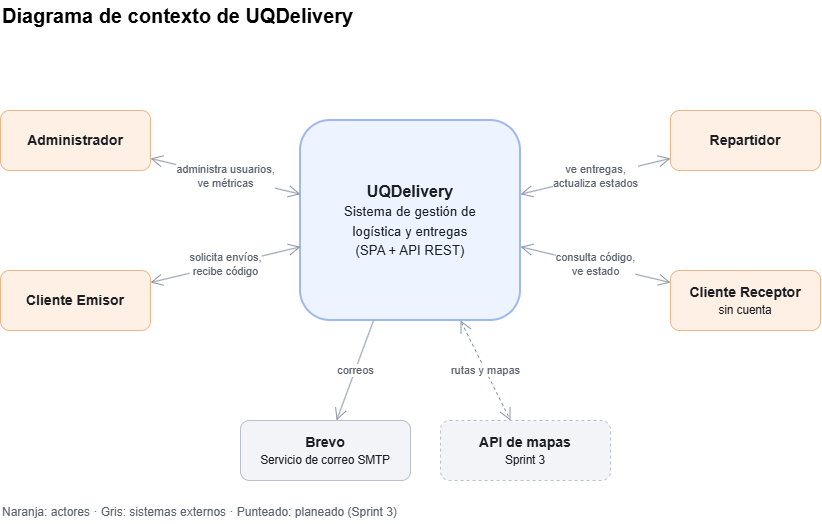
Above: docs/general/contexto/Diagrama de contexto.png in Joab-SC/UQDelivery (draw.io), before the change. Source tidied: cells renumbered, new cells last; positions are measured from the earlier drawing's top-left corner, leaving out a move shared by most shapes. The source it was exported from:
```xml
<mxGraphModel>
  <root>
    <mxCell id="0" />
    <mxCell id="1" parent="0" />
    <mxCell id="2" value="Diagrama de contexto de UQDelivery" style="text;html=1;fontSize=20;fontStyle=1;align=left;verticalAlign=middle;" parent="1" vertex="1">
      <mxGeometry width="600" height="30" as="geometry" />
    </mxCell>
    <mxCell id="3" value="&lt;b&gt;UQDelivery&lt;/b&gt;&lt;br&gt;&lt;small&gt;Sistema de gestión de&lt;br&gt;logística y entregas&lt;br&gt;(SPA + API REST)&lt;/small&gt;" style="rounded=1;whiteSpace=wrap;html=1;fontSize=16;fillColor=#EEF4FF;strokeColor=#9DB8F2;fontColor=#1B1F24;strokeWidth=2;" parent="1" vertex="1">
      <mxGeometry x="300" y="120" width="220" height="200" as="geometry" />
    </mxCell>
    <mxCell id="4" value="&lt;b&gt;Administrador&lt;/b&gt;" style="rounded=1;whiteSpace=wrap;html=1;fontSize=14;fillColor=#FFF0E5;strokeColor=#F0B48A;fontColor=#1B1F24;" parent="1" vertex="1">
      <mxGeometry y="110" width="150" height="60" as="geometry" />
    </mxCell>
    <mxCell id="5" value="&lt;b&gt;Cliente Emisor&lt;/b&gt;" style="rounded=1;whiteSpace=wrap;html=1;fontSize=14;fillColor=#FFF0E5;strokeColor=#F0B48A;fontColor=#1B1F24;" parent="1" vertex="1">
      <mxGeometry y="270" width="150" height="60" as="geometry" />
    </mxCell>
    <mxCell id="6" value="&lt;b&gt;Repartidor&lt;/b&gt;" style="rounded=1;whiteSpace=wrap;html=1;fontSize=14;fillColor=#FFF0E5;strokeColor=#F0B48A;fontColor=#1B1F24;" parent="1" vertex="1">
      <mxGeometry x="670" y="110" width="150" height="60" as="geometry" />
    </mxCell>
    <mxCell id="7" value="&lt;b&gt;Cliente Receptor&lt;/b&gt;&lt;br&gt;&lt;small&gt;sin cuenta&lt;/small&gt;" style="rounded=1;whiteSpace=wrap;html=1;fontSize=14;fillColor=#FFF0E5;strokeColor=#F0B48A;fontColor=#1B1F24;" parent="1" vertex="1">
      <mxGeometry x="670" y="270" width="150" height="60" as="geometry" />
    </mxCell>
    <mxCell id="8" value="&lt;b&gt;Brevo&lt;/b&gt;&lt;br&gt;&lt;small&gt;Servicio de correo SMTP&lt;/small&gt;" style="rounded=1;whiteSpace=wrap;html=1;fontSize=14;fillColor=#F2F4F7;strokeColor=#B8C0CC;fontColor=#1B1F24;" parent="1" vertex="1">
      <mxGeometry x="240" y="420" width="170" height="60" as="geometry" />
    </mxCell>
    <mxCell id="9" value="&lt;b&gt;API de mapas&lt;/b&gt;&lt;br&gt;&lt;small&gt;Sprint 3&lt;/small&gt;" style="rounded=1;whiteSpace=wrap;html=1;fontSize=14;fillColor=#F2F4F7;strokeColor=#B8C0CC;fontColor=#1B1F24;dashed=1;" parent="1" vertex="1">
      <mxGeometry x="440" y="420" width="170" height="60" as="geometry" />
    </mxCell>
    <mxCell id="10" value="administra usuarios,&lt;br&gt;ve métricas" style="startArrow=open;startSize=10;endArrow=open;endSize=10;html=1;strokeColor=#8A94A6;fontColor=#5A626E;labelBackgroundColor=default;defaultLabelBackgroundColor=page;labelPlacement=auto;" parent="1" edge="1" source="4" target="3">
      <mxGeometry relative="1" as="geometry" />
    </mxCell>
    <mxCell id="11" value="solicita envíos,&lt;br&gt;recibe código" style="startArrow=open;startSize=10;endArrow=open;endSize=10;html=1;strokeColor=#8A94A6;fontColor=#5A626E;labelBackgroundColor=default;defaultLabelBackgroundColor=page;labelPlacement=auto;" parent="1" edge="1" source="5" target="3">
      <mxGeometry relative="1" as="geometry" />
    </mxCell>
    <mxCell id="12" value="ve entregas,&lt;br&gt;actualiza estados" style="startArrow=open;startSize=10;endArrow=open;endSize=10;html=1;strokeColor=#8A94A6;fontColor=#5A626E;labelBackgroundColor=default;defaultLabelBackgroundColor=page;labelPlacement=auto;" parent="1" edge="1" source="6" target="3">
      <mxGeometry relative="1" as="geometry" />
    </mxCell>
    <mxCell id="13" value="consulta código,&lt;br&gt;ve estado" style="startArrow=open;startSize=10;endArrow=open;endSize=10;html=1;strokeColor=#8A94A6;fontColor=#5A626E;labelBackgroundColor=default;defaultLabelBackgroundColor=page;labelPlacement=auto;" parent="1" edge="1" source="7" target="3">
      <mxGeometry relative="1" as="geometry" />
    </mxCell>
    <mxCell id="14" value="correos" style="endArrow=open;endSize=10;html=1;strokeColor=#8A94A6;fontColor=#5A626E;labelBackgroundColor=default;defaultLabelBackgroundColor=page;labelPlacement=auto;" parent="1" edge="1" source="3" target="8">
      <mxGeometry relative="1" as="geometry" />
    </mxCell>
    <mxCell id="15" value="rutas y mapas" style="startArrow=open;startSize=10;endArrow=open;endSize=10;dashed=1;html=1;strokeColor=#8A94A6;fontColor=#5A626E;labelBackgroundColor=default;defaultLabelBackgroundColor=page;labelPlacement=auto;" parent="1" edge="1" source="3" target="9">
      <mxGeometry relative="1" as="geometry" />
    </mxCell>
    <mxCell id="16" value="Naranja: actores · Gris: sistemas externos · Punteado: planeado (Sprint 3)" style="text;html=1;fontSize=12;align=left;verticalAlign=middle;fontColor=#5A626E;" parent="1" vertex="1">
      <mxGeometry y="500" width="520" height="24" as="geometry" />
    </mxCell>
  </root>
</mxGraphModel>
```
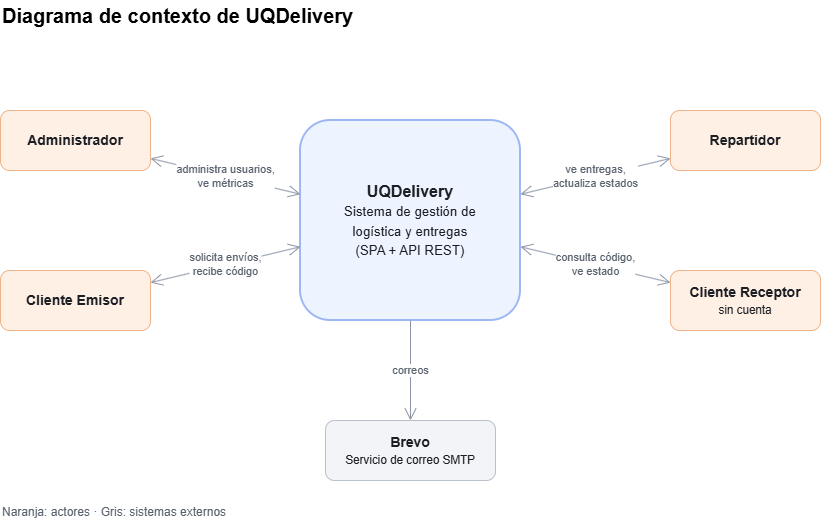
After the commit.

Commit message:
Fix: Eliminacion de componente no implementado en diagrama de contexto

Change to the diagram source:
```diff
@@ -21,11 +21,8 @@
       <mxGeometry x="670" y="270" width="150" height="60" as="geometry" />
     </mxCell>
     <mxCell id="8" value="&lt;b&gt;Brevo&lt;/b&gt;&lt;br&gt;&lt;small&gt;Servicio de correo SMTP&lt;/small&gt;" style="rounded=1;whiteSpace=wrap;html=1;fontSize=14;fillColor=#F2F4F7;strokeColor=#B8C0CC;fontColor=#1B1F24;" parent="1" vertex="1">
-      <mxGeometry x="240" y="420" width="170" height="60" as="geometry" />
+      <mxGeometry x="325" y="420" width="170" height="60" as="geometry" />
     </mxCell>
-    <mxCell id="9" value="&lt;b&gt;API de mapas&lt;/b&gt;&lt;br&gt;&lt;small&gt;Sprint 3&lt;/small&gt;" style="rounded=1;whiteSpace=wrap;html=1;fontSize=14;fillColor=#F2F4F7;strokeColor=#B8C0CC;fontColor=#1B1F24;dashed=1;" parent="1" vertex="1">
-      <mxGeometry x="440" y="420" width="170" height="60" as="geometry" />
-    </mxCell>
     <mxCell id="10" value="administra usuarios,&lt;br&gt;ve métricas" style="startArrow=open;startSize=10;endArrow=open;endSize=10;html=1;strokeColor=#8A94A6;fontColor=#5A626E;labelBackgroundColor=default;defaultLabelBackgroundColor=page;labelPlacement=auto;" parent="1" edge="1" source="4" target="3">
       <mxGeometry relative="1" as="geometry" />
     </mxCell>
@@ -41,11 +38,8 @@
     <mxCell id="14" value="correos" style="endArrow=open;endSize=10;html=1;strokeColor=#8A94A6;fontColor=#5A626E;labelBackgroundColor=default;defaultLabelBackgroundColor=page;labelPlacement=auto;" parent="1" edge="1" source="3" target="8">
       <mxGeometry relative="1" as="geometry" />
     </mxCell>
-    <mxCell id="15" value="rutas y mapas" style="startArrow=open;startSize=10;endArrow=open;endSize=10;dashed=1;html=1;strokeColor=#8A94A6;fontColor=#5A626E;labelBackgroundColor=default;defaultLabelBackgroundColor=page;labelPlacement=auto;" parent="1" edge="1" source="3" target="9">
-      <mxGeometry relative="1" as="geometry" />
-    </mxCell>
-    <mxCell id="16" value="Naranja: actores · Gris: sistemas externos · Punteado: planeado (Sprint 3)" style="text;html=1;fontSize=12;align=left;verticalAlign=middle;fontColor=#5A626E;" parent="1" vertex="1">
-      <mxGeometry y="500" width="520" height="24" as="geometry" />
-    </mxCell>
+    <mxCell id="17" value="Naranja: actores · Gris: sistemas externos&amp;nbsp;" style="text;html=1;fontSize=12;align=left;verticalAlign=middle;fontColor=#5A626E;" parent="1" vertex="1">
+      <mxGeometry y="500" width="520" height="24" as="geometry" />
+    </mxCell>
   </root>
 </mxGraphModel>
```
